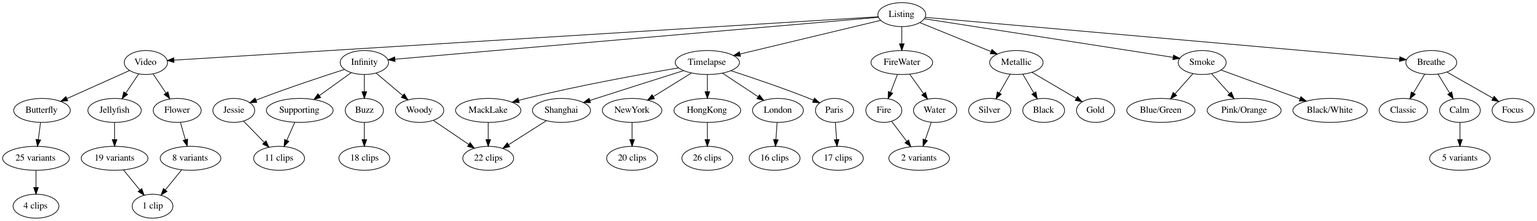
The Graphviz diagram docs/Motion.png in leptos-null/Motion, before a commit. Its source is kept beside it as docs/Motion.gv.
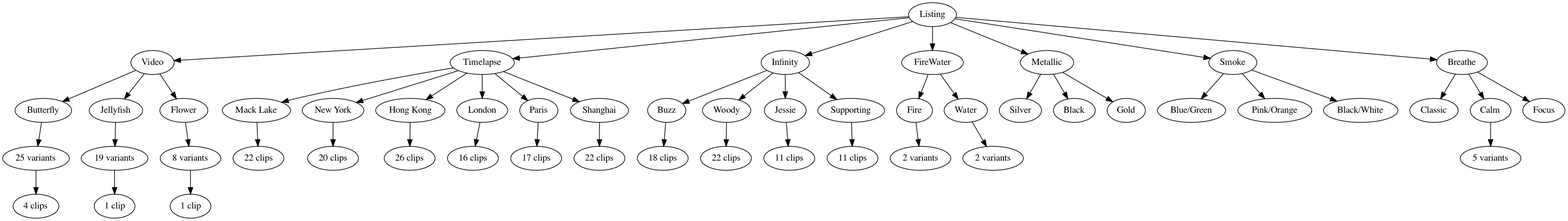
Above is the later version.

The edit, as a diff of the source:
```diff
@@ -1,26 +1,55 @@
 digraph Motion {
+    MackLake [ label = "Mack Lake" ]
+    NewYork  [ label = "New York"  ]
+    HongKong [ label = "Hong Kong" ]
+
+    butterfly_variant_count [ label = "25 variants" ]
+    jellyfish_variant_count [ label = "19 variants" ]
+    flower_variant_count    [ label =  "8 variants" ]
+
+    butterfly_clip_count [ label = "4 clips" ]
+    jellyfish_clip_count [ label = "1 clip"  ]
+    flower_clip_count    [ label = "1 clip"  ]
+
+    macklake_clip_count [ label = "22 clips" ]
+    newyork_clip_count  [ label = "20 clips" ]
+    hongkong_clip_count [ label = "26 clips" ]
+    london_clip_count   [ label = "16 clips" ]
+    paris_clip_count    [ label = "17 clips" ]
+    shanghai_clip_count [ label = "22 clips" ]
+
+    buzz_clip_count       [ label = "18 clips" ]
+    woody_clip_count      [ label = "22 clips" ]
+    jessie_clip_count     [ label = "11 clips" ]
+    supporting_clip_count [ label = "11 clips" ]
+
+    fire_variant_count  [ label = "2 variants" ]
+    water_variant_count [ label = "2 variants" ]
+
+    calm_variant_count [ label = "5 variants" ]
+
     Listing -> {Video, Timelapse, Infinity, FireWater, Metallic, Smoke, Breathe}
         Video -> {Butterfly, Jellyfish, Flower}
-            Butterfly -> "25 variants" -> "4 clips"
-            Jellyfish -> "19 variants" -> "1 clip"
-            Flower -> "8 variants" -> "1 clip"
+            Butterfly -> butterfly_variant_count -> butterfly_clip_count
+            Jellyfish -> jellyfish_variant_count -> jellyfish_clip_count
+            Flower -> flower_variant_count -> flower_clip_count
         Timelapse -> {MackLake, NewYork, HongKong, London, Paris, Shanghai}
-            MackLake -> "22 clips"
-            NewYork -> "20 clips"
-            HongKong -> "26 clips"
-            London -> "16 clips"
-            Paris -> "17 clips"
-            Shanghai -> "22 clips"
+            MackLake -> macklake_clip_count
+            NewYork -> newyork_clip_count
+            HongKong -> hongkong_clip_count
+            London -> london_clip_count
+            Paris -> paris_clip_count
+            Shanghai -> shanghai_clip_count
         Infinity -> {Buzz, Woody, Jessie, Supporting}
-            Buzz -> "18 clips"
-            Woody -> "22 clips"
-            Jessie -> "11 clips"
-            Supporting -> "11 clips"
+            Buzz -> buzz_clip_count
+            Woody -> woody_clip_count
+            Jessie -> jessie_clip_count
+            Supporting -> supporting_clip_count
         FireWater -> {Fire, Water}
-            Fire -> "2 variants"
-            Water -> "2 variants"
+            Fire -> fire_variant_count
+            Water -> water_variant_count
         Metallic -> {Silver, Black, Gold}
         Smoke -> {"Blue/Green", "Pink/Orange", "Black/White"}
         Breathe -> {Classic, Calm, Focus}
-            Calm -> "5 variants"
+            Calm -> calm_variant_count
 }
```
